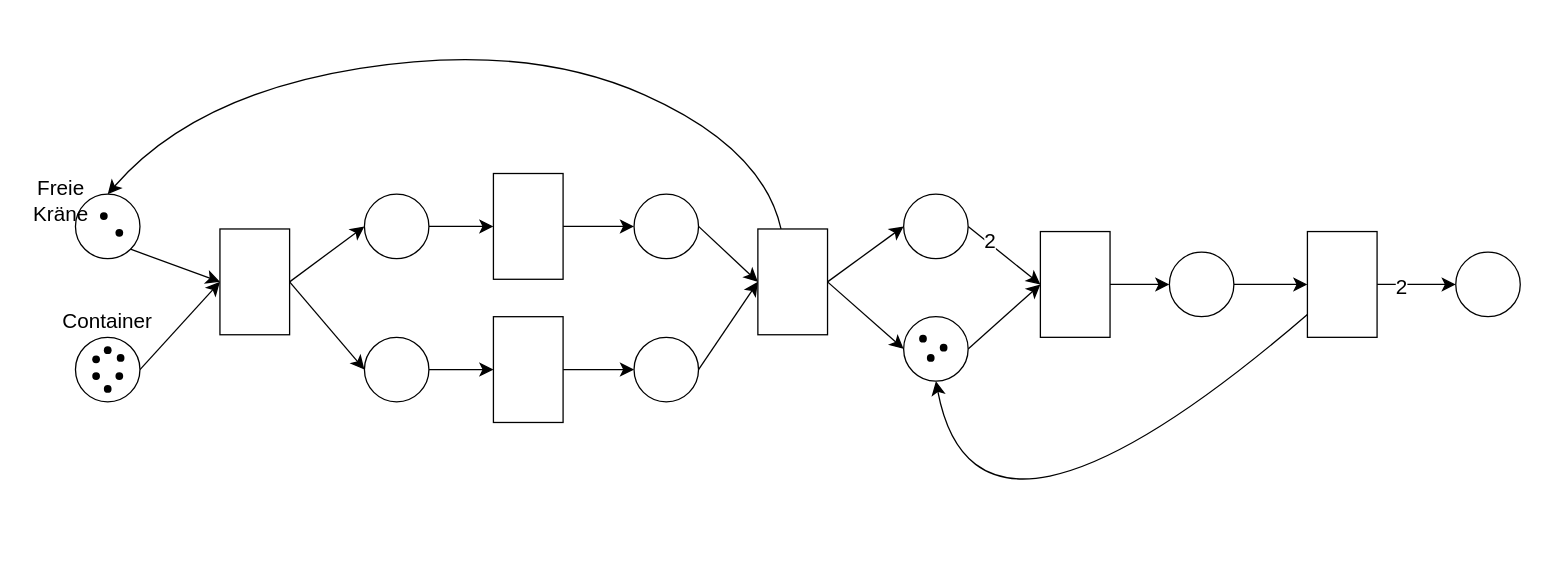
This is POIS_Uebung3_Aufgabe1.drawio from jan-wilhelm/diagrams, a draw.io file, before an edit. Source tidied: cells renumbered, new cells numbered last; positions are measured from the earlier drawing's top-left corner, leaving out a move shared by most shapes. Both pictures are drawn from the tidied source at 129%, with x=0, y=0 at pixel (22, 41).
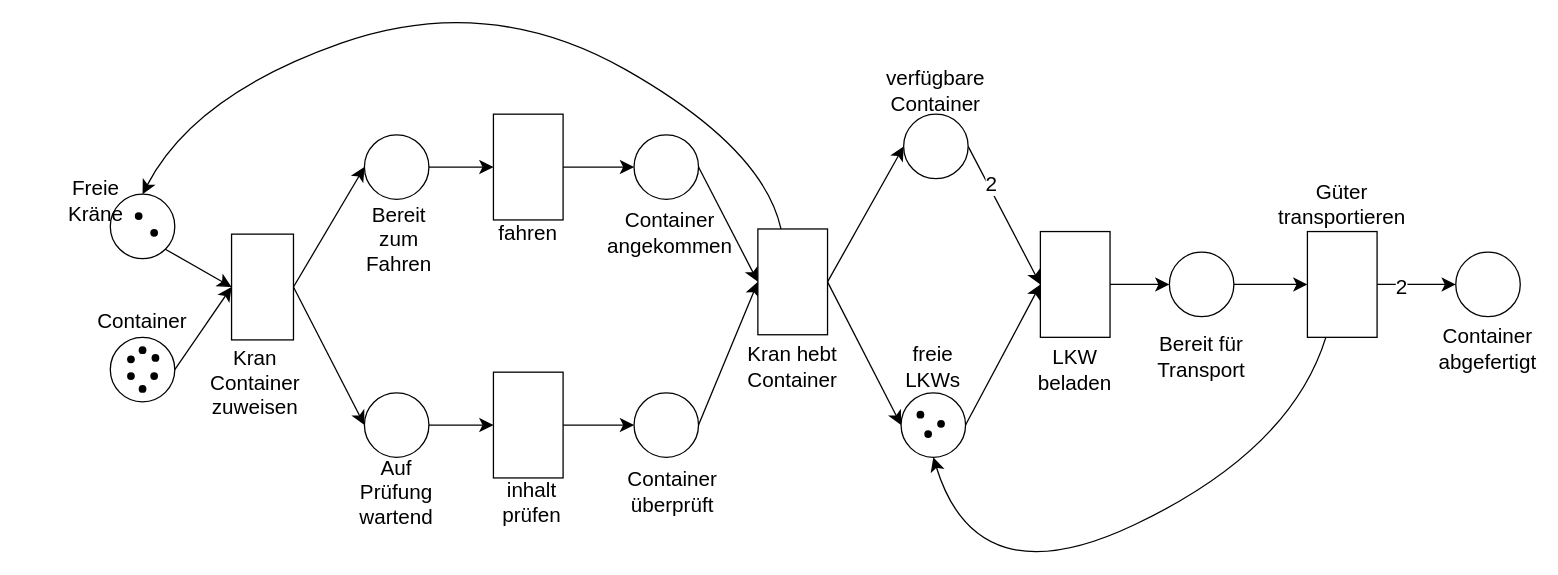
After the change.

The change refers to these unchanged cells:
```xml
<mxCell id="34" style="rounded=0;whiteSpace=wrap;html=1;fontSize=16;" parent="1" vertex="1">
  <mxGeometry x="570" y="145" width="54" height="82" as="geometry" />
</mxCell>
<mxCell id="50" style="rounded=0;whiteSpace=wrap;html=1;fontSize=16;" parent="1" vertex="1">
  <mxGeometry x="996" y="147" width="54" height="82" as="geometry" />
</mxCell>
```

The edit, as a diff of the source:
```diff
@@
     <mxCell id="3" style="ellipse;whiteSpace=wrap;html=1;fontSize=16;" parent="1" vertex="1">
-      <mxGeometry x="41" y="229" width="50" height="50" as="geometry" />
+      <mxGeometry x="68" y="229" width="50" height="50" as="geometry" />
     </mxCell>
     <mxCell id="4" style="shape=waypoint;sketch=0;size=6;fillColor=none;perimeter=centerPerimeter;fontSize=16;" parent="1" vertex="1">
-      <mxGeometry x="47" y="236" width="20" height="20" as="geometry" />
+      <mxGeometry x="74" y="236" width="20" height="20" as="geometry" />
     </mxCell>
     <mxCell id="5" style="shape=waypoint;sketch=0;size=6;fillColor=none;perimeter=centerPerimeter;fontSize=16;" parent="1" vertex="1">
-      <mxGeometry x="65" y="249" width="20" height="20" as="geometry" />
+      <mxGeometry x="92" y="249" width="20" height="20" as="geometry" />
     </mxCell>
     <mxCell id="6" style="shape=waypoint;sketch=0;size=6;fillColor=none;perimeter=centerPerimeter;fontSize=16;" parent="1" vertex="1">
-      <mxGeometry x="66" y="235" width="20" height="20" as="geometry" />
+      <mxGeometry x="93" y="235" width="20" height="20" as="geometry" />
     </mxCell>
     <mxCell id="7" style="shape=waypoint;sketch=0;size=6;fillColor=none;perimeter=centerPerimeter;fontSize=16;" parent="1" vertex="1">
-      <mxGeometry x="47" y="249" width="20" height="20" as="geometry" />
+      <mxGeometry x="74" y="249" width="20" height="20" as="geometry" />
     </mxCell>
     <mxCell id="8" style="shape=waypoint;sketch=0;size=6;fillColor=none;perimeter=centerPerimeter;fontSize=16;" parent="1" vertex="1">
-      <mxGeometry x="56" y="259" width="20" height="20" as="geometry" />
+      <mxGeometry x="83" y="259" width="20" height="20" as="geometry" />
     </mxCell>
     <mxCell id="9" style="shape=waypoint;sketch=0;size=6;fillColor=none;perimeter=centerPerimeter;fontSize=16;" parent="1" vertex="1">
-      <mxGeometry x="56" y="229" width="20" height="20" as="geometry" />
+      <mxGeometry x="83" y="229" width="20" height="20" as="geometry" />
     </mxCell>
     <mxCell id="10" style="ellipse;whiteSpace=wrap;html=1;fontSize=16;" parent="1" vertex="1">
-      <mxGeometry x="41" y="118" width="50" height="50" as="geometry" />
+      <mxGeometry x="68" y="118" width="50" height="50" as="geometry" />
     </mxCell>
     <mxCell id="11" style="shape=waypoint;sketch=0;size=6;fillColor=none;perimeter=centerPerimeter;fontSize=16;" parent="1" vertex="1">
-      <mxGeometry x="53" y="125" width="20" height="20" as="geometry" />
+      <mxGeometry x="80" y="125" width="20" height="20" as="geometry" />
     </mxCell>
@@
     <mxCell id="13" style="shape=waypoint;sketch=0;size=6;fillColor=none;perimeter=centerPerimeter;fontSize=16;" parent="1" vertex="1">
-      <mxGeometry x="65" y="138" width="20" height="20" as="geometry" />
+      <mxGeometry x="92" y="138" width="20" height="20" as="geometry" />
     </mxCell>
     <mxCell id="14" value="Freie Kräne" style="text;strokeColor=none;align=center;fillColor=none;html=1;verticalAlign=middle;whiteSpace=wrap;rounded=0;fontSize=16;" parent="1" vertex="1">
-      <mxGeometry y="108" width="60" height="30" as="geometry" />
+      <mxGeometry x="27" y="108" width="60" height="30" as="geometry" />
     </mxCell>
     <mxCell id="15" value="Container" style="text;strokeColor=none;align=center;fillColor=none;html=1;verticalAlign=middle;whiteSpace=wrap;rounded=0;fontSize=16;" parent="1" vertex="1">
-      <mxGeometry x="36" y="201" width="60" height="30" as="geometry" />
+      <mxGeometry x="63" y="201" width="60" height="30" as="geometry" />
     </mxCell>
@@
     <mxCell id="18" style="rounded=0;whiteSpace=wrap;html=1;fontSize=16;" parent="1" vertex="1">
-      <mxGeometry x="153" y="145" width="54" height="82" as="geometry" />
+      <mxGeometry x="162" y="149" width="48" height="82" as="geometry" />
     </mxCell>
@@
     <mxCell id="20" style="ellipse;whiteSpace=wrap;html=1;fontSize=16;" parent="1" vertex="1">
-      <mxGeometry x="265" y="118" width="50" height="50" as="geometry" />
+      <mxGeometry x="265" y="72" width="50" height="50" as="geometry" />
     </mxCell>
@@
     <mxCell id="22" style="ellipse;whiteSpace=wrap;html=1;fontSize=16;" parent="1" vertex="1">
-      <mxGeometry x="265" y="229" width="50" height="50" as="geometry" />
+      <mxGeometry x="265" y="272" width="50" height="50" as="geometry" />
     </mxCell>
@@
     <mxCell id="24" style="rounded=0;whiteSpace=wrap;html=1;fontSize=16;" parent="1" vertex="1">
-      <mxGeometry x="365" y="102" width="54" height="82" as="geometry" />
+      <mxGeometry x="365" y="56" width="54" height="82" as="geometry" />
     </mxCell>
@@
     <mxCell id="26" style="rounded=0;whiteSpace=wrap;html=1;fontSize=16;" parent="1" vertex="1">
-      <mxGeometry x="365" y="213" width="54" height="82" as="geometry" />
+      <mxGeometry x="365" y="256" width="54" height="82" as="geometry" />
     </mxCell>
@@
     <mxCell id="28" style="ellipse;whiteSpace=wrap;html=1;fontSize=16;" parent="1" vertex="1">
-      <mxGeometry x="474" y="118" width="50" height="50" as="geometry" />
+      <mxGeometry x="474" y="72" width="50" height="50" as="geometry" />
     </mxCell>
@@
     <mxCell id="30" style="ellipse;whiteSpace=wrap;html=1;fontSize=16;" parent="1" vertex="1">
-      <mxGeometry x="474" y="229" width="50" height="50" as="geometry" />
+      <mxGeometry x="474" y="272" width="50" height="50" as="geometry" />
     </mxCell>
     <mxCell id="31" style="edgeStyle=none;curved=1;rounded=0;jettySize=auto;html=1;entryX=0.5;entryY=0;entryDx=0;entryDy=0;fontSize=12;startSize=8;endSize=8;" parent="1" edge="1" source="34" target="10">
       <mxGeometry relative="1" as="geometry">
         <Array as="points">
           <mxPoint x="574" y="82" />
-          <mxPoint x="390" />
+          <mxPoint x="361" y="-39" />
           <mxPoint x="133" y="41" />
         </Array>
       </mxGeometry>
     </mxCell>
@@
     <mxCell id="37" style="ellipse;whiteSpace=wrap;html=1;fontSize=16;" parent="1" vertex="1">
-      <mxGeometry x="683" y="118" width="50" height="50" as="geometry" />
+      <mxGeometry x="683" y="56" width="50" height="50" as="geometry" />
     </mxCell>
@@
     <mxCell id="39" style="ellipse;whiteSpace=wrap;html=1;fontSize=16;" parent="1" vertex="1">
-      <mxGeometry x="683" y="213" width="50" height="50" as="geometry" />
+      <mxGeometry x="681" y="272" width="50" height="50" as="geometry" />
     </mxCell>
     <mxCell id="40" style="shape=waypoint;sketch=0;size=6;fillColor=none;perimeter=centerPerimeter;fontSize=16;" parent="1" vertex="1">
-      <mxGeometry x="688" y="220" width="20" height="20" as="geometry" />
+      <mxGeometry x="686" y="279" width="20" height="20" as="geometry" />
     </mxCell>
     <mxCell id="41" style="shape=waypoint;sketch=0;size=6;fillColor=none;perimeter=centerPerimeter;fontSize=16;" parent="1" vertex="1">
-      <mxGeometry x="694" y="235" width="20" height="20" as="geometry" />
+      <mxGeometry x="692" y="294" width="20" height="20" as="geometry" />
     </mxCell>
     <mxCell id="42" style="shape=waypoint;sketch=0;size=6;fillColor=none;perimeter=centerPerimeter;fontSize=16;" parent="1" vertex="1">
-      <mxGeometry x="704" y="227" width="20" height="20" as="geometry" />
+      <mxGeometry x="702" y="286" width="20" height="20" as="geometry" />
     </mxCell>
@@
     <mxCell id="47" style="edgeStyle=none;curved=1;rounded=0;jettySize=auto;html=1;entryX=0.5;entryY=1;entryDx=0;entryDy=0;fontSize=12;startSize=8;endSize=8;" parent="1" edge="1" source="50" target="39">
       <mxGeometry relative="1" as="geometry">
         <Array as="points">
+          <mxPoint x="983" y="317" />
           <mxPoint x="740" y="432" />
         </Array>
       </mxGeometry>
     </mxCell>
@@
+    <mxCell id="52" value="Kran Container zuweisen" style="text;strokeColor=none;fillColor=none;html=1;align=center;verticalAlign=middle;whiteSpace=wrap;rounded=0;fontSize=16;" parent="1" vertex="1">
+      <mxGeometry x="151" y="229" width="59" height="69" as="geometry" />
+    </mxCell>
+    <mxCell id="53" value="fahren" style="text;strokeColor=none;fillColor=none;html=1;align=center;verticalAlign=middle;whiteSpace=wrap;rounded=0;fontSize=16;" parent="1" vertex="1">
+      <mxGeometry x="362" y="113.5" width="60" height="69" as="geometry" />
+    </mxCell>
+    <mxCell id="54" value="inhalt prüfen" style="text;strokeColor=none;fillColor=none;html=1;align=center;verticalAlign=middle;whiteSpace=wrap;rounded=0;fontSize=16;" parent="1" vertex="1">
+      <mxGeometry x="365" y="322" width="60" height="69" as="geometry" />
+    </mxCell>
+    <mxCell id="55" value="Kran hebt Container" style="text;strokeColor=none;fillColor=none;html=1;align=center;verticalAlign=middle;whiteSpace=wrap;rounded=0;fontSize=16;" parent="1" vertex="1">
+      <mxGeometry x="567" y="217" width="60" height="69" as="geometry" />
+    </mxCell>
+    <mxCell id="56" value="Bereit zum Fahren" style="text;strokeColor=none;fillColor=none;html=1;align=center;verticalAlign=middle;whiteSpace=wrap;rounded=0;fontSize=16;" parent="1" vertex="1">
+      <mxGeometry x="262" y="118" width="60" height="69" as="geometry" />
+    </mxCell>
+    <mxCell id="57" value="Auf Prüfung wartend" style="text;strokeColor=none;fillColor=none;html=1;align=center;verticalAlign=middle;whiteSpace=wrap;rounded=0;fontSize=16;" parent="1" vertex="1">
+      <mxGeometry x="260" y="314" width="60" height="69" as="geometry" />
+    </mxCell>
+    <mxCell id="58" value="Container überprüft" style="text;strokeColor=none;fillColor=none;html=1;align=center;verticalAlign=middle;whiteSpace=wrap;rounded=0;fontSize=16;" parent="1" vertex="1">
+      <mxGeometry x="474" y="314" width="60" height="69" as="geometry" />
+    </mxCell>
+    <mxCell id="59" value="Container angekommen" style="text;strokeColor=none;fillColor=none;html=1;align=center;verticalAlign=middle;whiteSpace=wrap;rounded=0;fontSize=16;" parent="1" vertex="1">
+      <mxGeometry x="472" y="113.5" width="60" height="69" as="geometry" />
+    </mxCell>
+    <mxCell id="60" value="verfügbare Container" style="text;strokeColor=none;fillColor=none;html=1;align=center;verticalAlign=middle;whiteSpace=wrap;rounded=0;fontSize=16;" parent="1" vertex="1">
+      <mxGeometry x="678" y="3" width="60" height="69" as="geometry" />
+    </mxCell>
+    <mxCell id="61" value="freie LKWs" style="text;strokeColor=none;fillColor=none;html=1;align=center;verticalAlign=middle;whiteSpace=wrap;rounded=0;fontSize=16;" parent="1" vertex="1">
+      <mxGeometry x="676" y="217" width="60" height="69" as="geometry" />
+    </mxCell>
+    <mxCell id="62" value="LKW beladen" style="text;strokeColor=none;fillColor=none;html=1;align=center;verticalAlign=middle;whiteSpace=wrap;rounded=0;fontSize=16;" parent="1" vertex="1">
+      <mxGeometry x="786" y="219.5" width="60" height="69" as="geometry" />
+    </mxCell>
+    <mxCell id="63" value="Bereit für Transport" style="text;strokeColor=none;fillColor=none;html=1;align=center;verticalAlign=middle;whiteSpace=wrap;rounded=0;fontSize=16;" parent="1" vertex="1">
+      <mxGeometry x="884" y="209" width="60" height="69" as="geometry" />
+    </mxCell>
+    <mxCell id="64" value="Güter transportieren" style="text;strokeColor=none;fillColor=none;html=1;align=center;verticalAlign=middle;whiteSpace=wrap;rounded=0;fontSize=16;" parent="1" vertex="1">
+      <mxGeometry x="993" y="91" width="60" height="69" as="geometry" />
+    </mxCell>
+    <mxCell id="65" value="Container abgefertigt" style="text;strokeColor=none;fillColor=none;html=1;align=center;verticalAlign=middle;whiteSpace=wrap;rounded=0;fontSize=16;" parent="1" vertex="1">
+      <mxGeometry x="1106" y="203" width="60" height="69" as="geometry" />
+    </mxCell>
```
